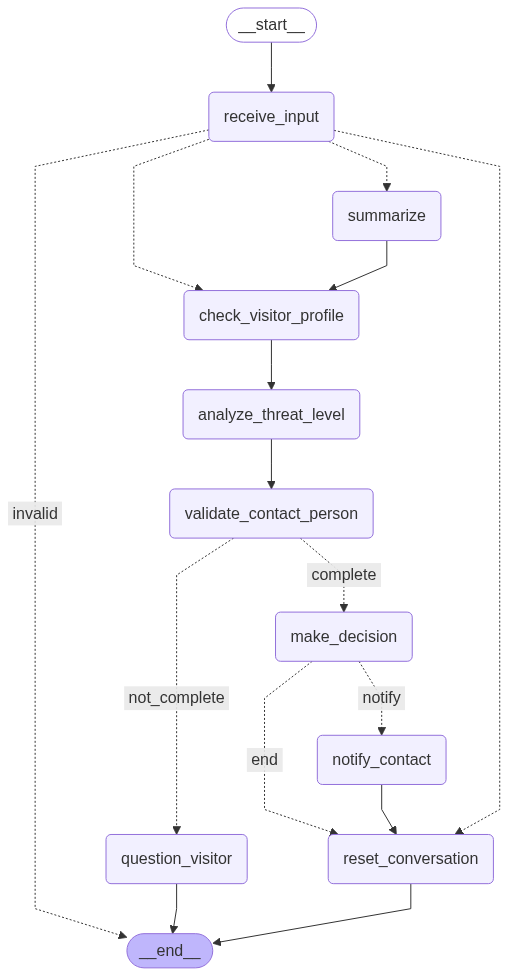
Before: text_agent/security_gate_diagram.png, a diagram exported from Mermaid (01HakanGunes/gatekeeper). Its source is kept beside it as text_agent/security_gate_diagram.mmd.
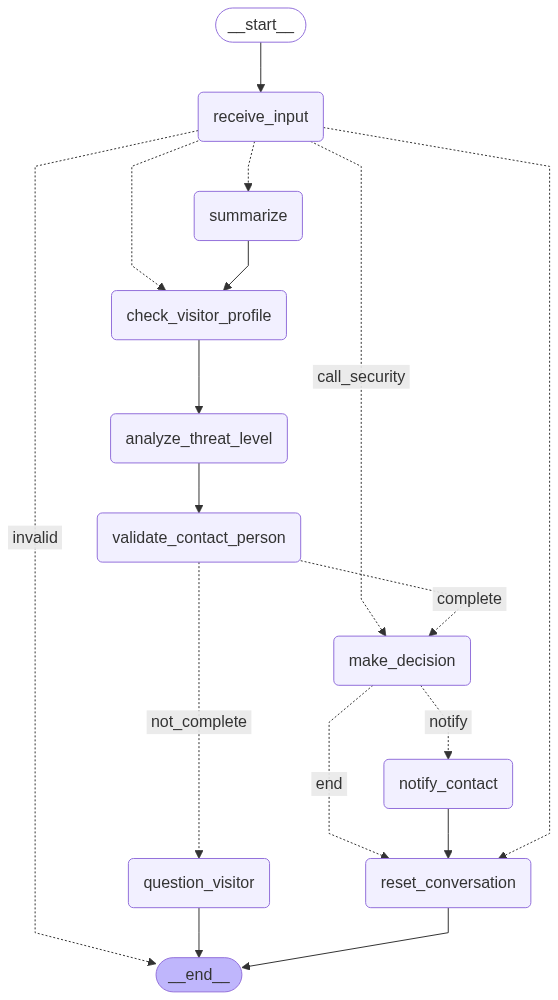
After the change.

Commit message:
High treat extraction from image invokes the graph and jumps to decision to call thte security

Change to the diagram source:
```diff
@@ -23,6 +23,7 @@
 	notify_contact --> reset_conversation;
 	receive_input -. &nbsp;invalid&nbsp; .-> __end__;
 	receive_input -.-> check_visitor_profile;
+	receive_input -. &nbsp;call_security&nbsp; .-> make_decision;
 	receive_input -.-> reset_conversation;
 	receive_input -.-> summarize;
 	summarize --> check_visitor_profile;
```
